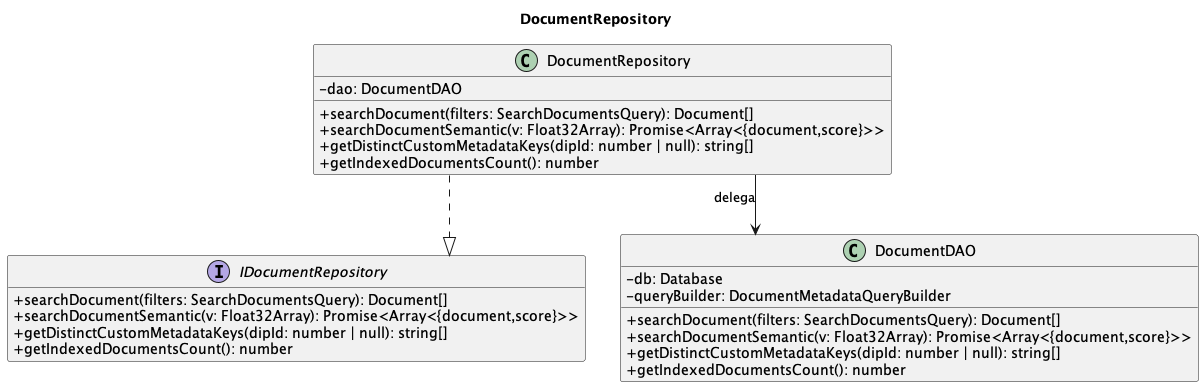
Above: out/3_PB/DocumentiEsterni/DiagrammiSpecificaTecnica/C4/C4_backend_Search/C4_backend_Search-8.png in 7-ZPUs/Docs (PlantUML), before the change. The source it was exported from:
```plantuml
@startuml
title DocumentRepository

skinparam classAttributeIconSize 0
skinparam linetype ortho
hide empty members

interface IDocumentRepository {
    + searchDocument(filters: SearchDocumentsQuery): Document[]
    + searchDocumentSemantic(v: Float32Array): Promise<Array<{document,score}>>
    + getDistinctCustomMetadataKeys(dipId: number | null): string[]
    + getIndexedDocumentsCount(): number
}
class DocumentRepository {
    - dao: DocumentDAO
    + searchDocument(filters: SearchDocumentsQuery): Document[]
    + searchDocumentSemantic(v: Float32Array): Promise<Array<{document,score}>>
    + getDistinctCustomMetadataKeys(dipId: number | null): string[]
    + getIndexedDocumentsCount(): number
}
class DocumentDAO {
    - db: Database
    - queryBuilder: DocumentMetadataQueryBuilder
    + searchDocument(filters: SearchDocumentsQuery): Document[]
    + searchDocumentSemantic(v: Float32Array): Promise<Array<{document,score}>>
    + getDistinctCustomMetadataKeys(dipId: number | null): string[]
    + getIndexedDocumentsCount(): number
}

DocumentRepository ..|> IDocumentRepository
DocumentRepository --> DocumentDAO : delega

@enduml
```
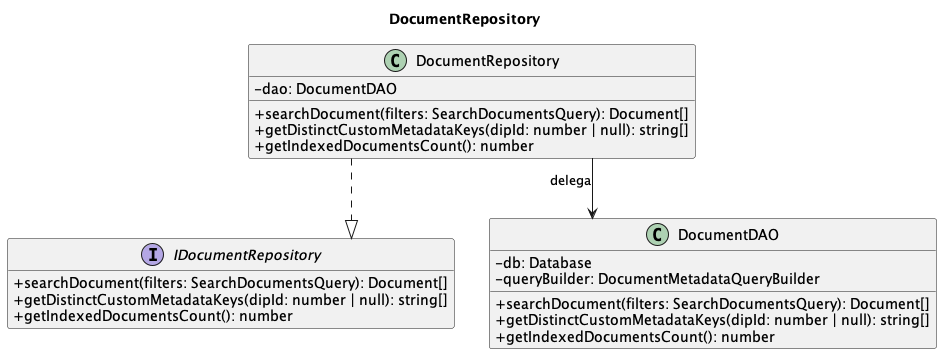
Above is the later version.

Commit message:
Correzioni parte Search

The edit, as a diff of the source:
```diff
@@ -7,14 +7,12 @@
 
 interface IDocumentRepository {
     + searchDocument(filters: SearchDocumentsQuery): Document[]
-    + searchDocumentSemantic(v: Float32Array): Promise<Array<{document,score}>>
     + getDistinctCustomMetadataKeys(dipId: number | null): string[]
     + getIndexedDocumentsCount(): number
 }
 class DocumentRepository {
     - dao: DocumentDAO
     + searchDocument(filters: SearchDocumentsQuery): Document[]
-    + searchDocumentSemantic(v: Float32Array): Promise<Array<{document,score}>>
     + getDistinctCustomMetadataKeys(dipId: number | null): string[]
     + getIndexedDocumentsCount(): number
 }
@@ -22,7 +20,6 @@
     - db: Database
     - queryBuilder: DocumentMetadataQueryBuilder
     + searchDocument(filters: SearchDocumentsQuery): Document[]
-    + searchDocumentSemantic(v: Float32Array): Promise<Array<{document,score}>>
     + getDistinctCustomMetadataKeys(dipId: number | null): string[]
     + getIndexedDocumentsCount(): number
 }
```
